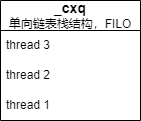
Before: java/synchronized加锁流程分析.drawio.png, a diagram exported from draw.io (dearliwenhui/mydraw). Source tidied: cells renumbered, new cells last; positions are measured from the earlier drawing's top-left corner, leaving out a move shared by most shapes. Its diagram source:
```xml
<mxGraphModel>
  <root>
    <mxCell id="0" />
    <mxCell id="1" parent="0" />
    <mxCell id="2" value="&lt;font style=&quot;font-size: 14px;&quot;&gt;&lt;b&gt;_cxq&lt;/b&gt;&lt;/font&gt;&lt;br&gt;单向链表栈结构，FILO" style="swimlane;fontStyle=0;horizontal=1;startSize=30;whiteSpace=wrap;html=1;" parent="1" vertex="1">
      <mxGeometry width="140" height="120" as="geometry" />
    </mxCell>
    <mxCell id="3" value="thread 3" style="text;strokeColor=none;fillColor=none;align=left;verticalAlign=middle;spacingLeft=4;spacingRight=4;overflow=hidden;whiteSpace=wrap;html=1;" parent="2" vertex="1">
      <mxGeometry y="30" width="140" height="30" as="geometry" />
    </mxCell>
    <mxCell id="4" value="thread 2" style="text;strokeColor=none;fillColor=none;align=left;verticalAlign=middle;spacingLeft=4;spacingRight=4;overflow=hidden;points=[[0,0.5],[1,0.5]];portConstraint=eastwest;whiteSpace=wrap;html=1;" parent="2" vertex="1">
      <mxGeometry y="60" width="140" height="30" as="geometry" />
    </mxCell>
    <mxCell id="5" value="thread 1" style="text;strokeColor=none;fillColor=none;align=left;verticalAlign=middle;spacingLeft=4;spacingRight=4;overflow=hidden;whiteSpace=wrap;html=1;" parent="2" vertex="1">
      <mxGeometry y="90" width="140" height="30" as="geometry" />
    </mxCell>
  </root>
</mxGraphModel>
```
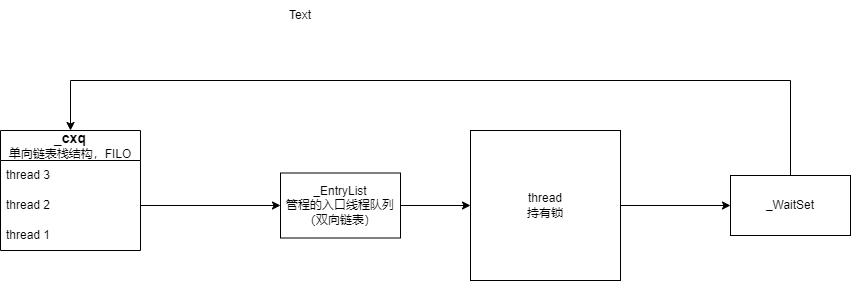
After the change.

Commit message:
更新synchronized加锁流程分析.drawio.png

Change to the diagram source:
```diff
@@ -14,5 +14,34 @@
     <mxCell id="5" value="thread 1" style="text;strokeColor=none;fillColor=none;align=left;verticalAlign=middle;spacingLeft=4;spacingRight=4;overflow=hidden;whiteSpace=wrap;html=1;" parent="2" vertex="1">
       <mxGeometry y="90" width="140" height="30" as="geometry" />
     </mxCell>
+    <mxCell id="6" style="edgeStyle=orthogonalEdgeStyle;rounded=0;jettySize=auto;html=1;exitX=1;exitY=0.5;exitDx=0;exitDy=0;" parent="1" edge="1" source="7" target="12">
+      <mxGeometry relative="1" as="geometry" />
+    </mxCell>
+    <mxCell id="7" value="_EntryList&lt;br&gt;管程的入口线程队列（双向链表）" style="rounded=0;whiteSpace=wrap;html=1;" parent="1" vertex="1">
+      <mxGeometry x="280" y="42.5" width="120" height="65" as="geometry" />
+    </mxCell>
+    <mxCell id="8" style="edgeStyle=orthogonalEdgeStyle;rounded=0;jettySize=auto;html=1;exitX=1;exitY=0.5;exitDx=0;exitDy=0;" parent="1" edge="1" source="4" target="7">
+      <mxGeometry relative="1" as="geometry" />
+    </mxCell>
+    <mxCell id="9" style="edgeStyle=orthogonalEdgeStyle;rounded=0;jettySize=auto;html=1;exitX=0.5;exitY=0;exitDx=0;exitDy=0;entryX=0.5;entryY=0;entryDx=0;entryDy=0;" parent="1" edge="1" source="10" target="2">
+      <mxGeometry relative="1" as="geometry">
+        <Array as="points">
+          <mxPoint x="790" y="-50" />
+          <mxPoint x="70" y="-50" />
+        </Array>
+      </mxGeometry>
+    </mxCell>
+    <mxCell id="10" value="_WaitSet&lt;br&gt;" style="rounded=0;whiteSpace=wrap;html=1;" parent="1" vertex="1">
+      <mxGeometry x="730" y="45" width="120" height="60" as="geometry" />
+    </mxCell>
+    <mxCell id="11" style="edgeStyle=orthogonalEdgeStyle;rounded=0;jettySize=auto;html=1;exitX=1;exitY=0.5;exitDx=0;exitDy=0;" parent="1" edge="1" source="12" target="10">
+      <mxGeometry relative="1" as="geometry" />
+    </mxCell>
+    <mxCell id="12" value="thread&lt;br&gt;持有锁" style="rounded=0;whiteSpace=wrap;html=1;" parent="1" vertex="1">
+      <mxGeometry x="470" width="150" height="150" as="geometry" />
+    </mxCell>
+    <mxCell id="13" value="Text" style="text;html=1;strokeColor=none;fillColor=none;align=center;verticalAlign=middle;whiteSpace=wrap;rounded=0;" parent="1" vertex="1">
+      <mxGeometry x="270" y="-130" width="60" height="30" as="geometry" />
+    </mxCell>
   </root>
 </mxGraphModel>
```
